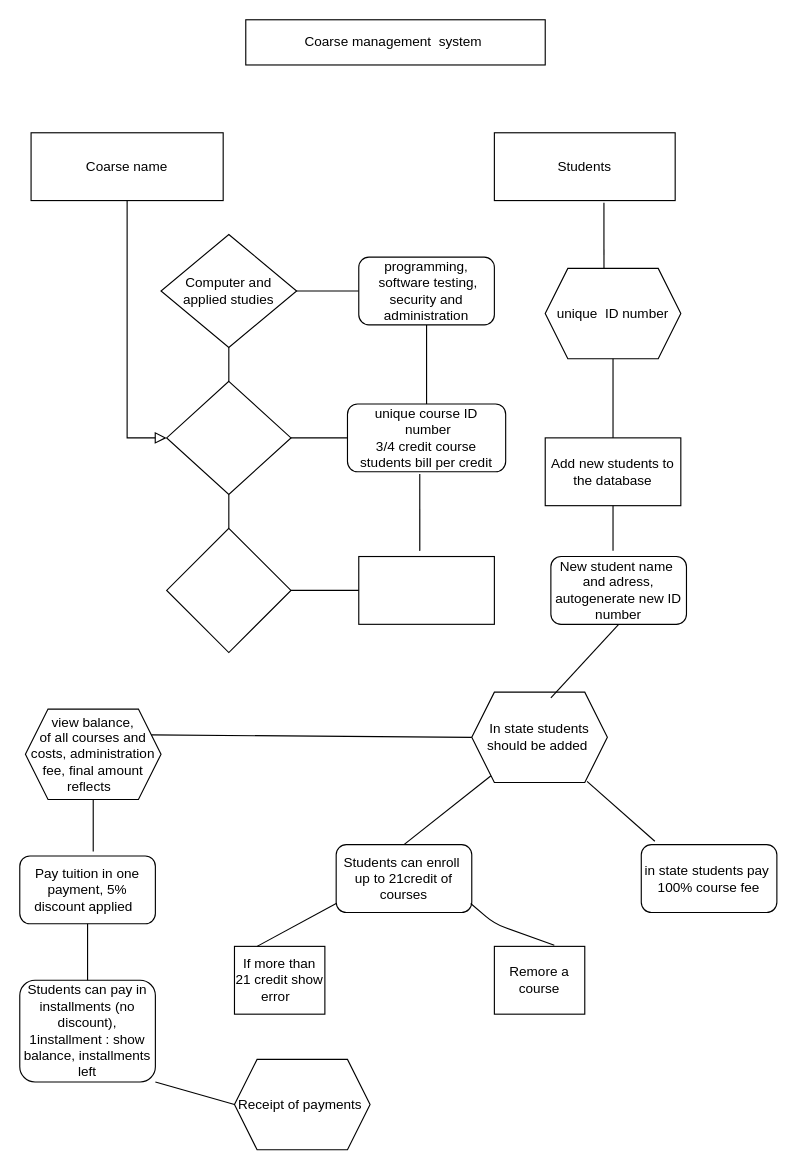
Above: Untitled Diagram.drawio in dboldy/Repo_Java (draw.io), before the change. Source tidied: cells renumbered, new cells numbered last; positions are measured from the earlier drawing's top-left corner, leaving out a move shared by most shapes. Both pictures are drawn from the tidied source at 113%, with x=0, y=0 at pixel (19, 19).
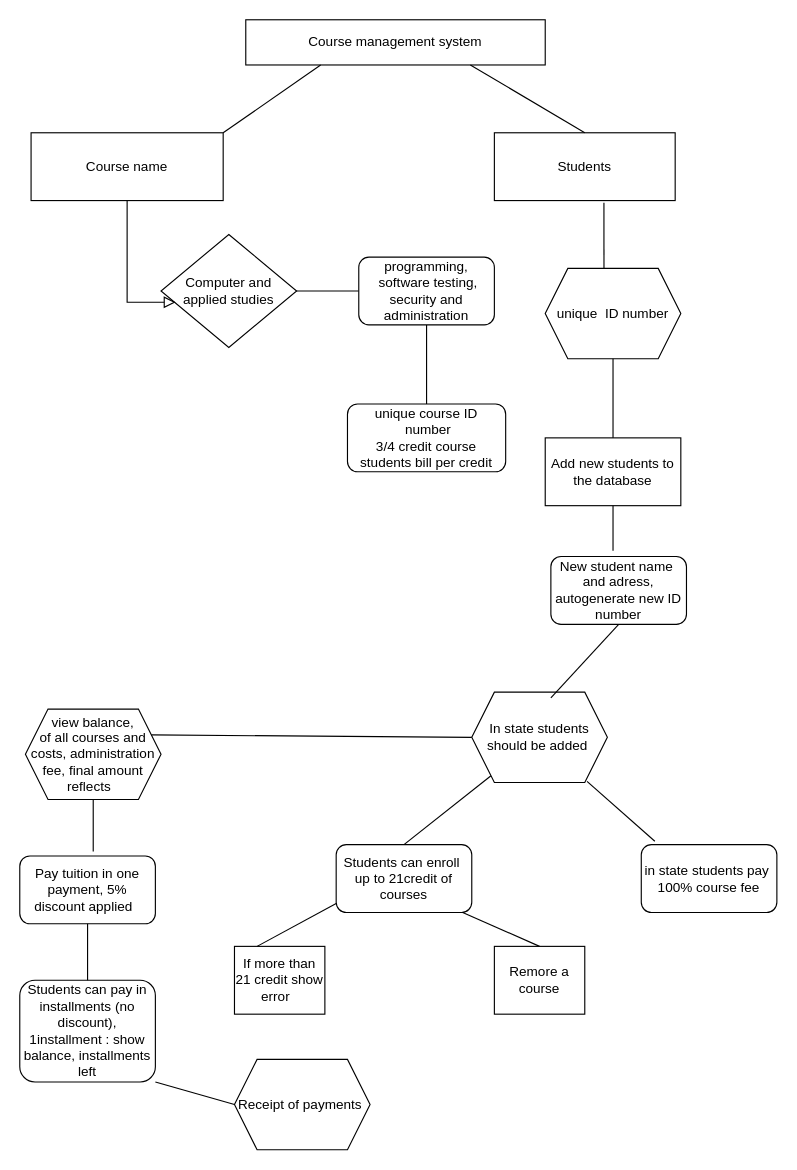
Above is the later version.

The change refers to these unchanged cells:
```xml
<mxCell id="2" value="unique course ID&lt;br&gt;&amp;nbsp;number&lt;br&gt;3/4 credit course&lt;br&gt;students bill per credit" style="rounded=1;whiteSpace=wrap;html=1;fontSize=12;glass=0;strokeWidth=1;shadow=0;" parent="1" vertex="1">
  <mxGeometry x="290" y="340" width="140" height="60" as="geometry" />
</mxCell>
<mxCell id="7" value="Students" style="rounded=0;whiteSpace=wrap;html=1;" parent="1" vertex="1">
  <mxGeometry x="420" y="100" width="160" height="60" as="geometry" />
</mxCell>
<mxCell id="11" value="Computer and applied studies" style="rhombus;whiteSpace=wrap;html=1;" parent="1" vertex="1">
  <mxGeometry x="125" y="190" width="120" height="100" as="geometry" />
</mxCell>
<mxCell id="27" value="Students can enroll&amp;nbsp;&lt;br&gt;up to 21credit of courses" style="rounded=1;whiteSpace=wrap;html=1;" parent="1" vertex="1">
  <mxGeometry x="280" y="730" width="120" height="60" as="geometry" />
</mxCell>
<mxCell id="32" value="Remore a course" style="rounded=0;whiteSpace=wrap;html=1;" parent="1" vertex="1">
  <mxGeometry x="420" y="820" width="80" height="60" as="geometry" />
</mxCell>
```

Change to the diagram source:
```diff
@@
-    <mxCell id="3" value="Coarse management &amp;nbsp;system&amp;nbsp;" style="rounded=0;whiteSpace=wrap;html=1;" parent="1" vertex="1">
+    <mxCell id="3" value="Course management system" style="rounded=0;whiteSpace=wrap;html=1;" parent="1" vertex="1">
       <mxGeometry x="200" width="265" height="40" as="geometry" />
     </mxCell>
-    <mxCell id="4" value="Coarse name&lt;br&gt;" style="rounded=0;whiteSpace=wrap;html=1;" parent="1" vertex="1">
+    <mxCell id="4" value="Course name" style="rounded=0;whiteSpace=wrap;html=1;" parent="1" vertex="1">
       <mxGeometry x="10" y="100" width="170" height="60" as="geometry" />
     </mxCell>
@@
-    <mxCell id="6" style="endArrow=none;html=1;exitX=1;exitY=0.5;exitDx=0;exitDy=0;entryX=0;entryY=0.5;entryDx=0;entryDy=0;" parent="1" edge="1" source="13" target="2">
-      <mxGeometry relative="1" as="geometry" />
-    </mxCell>
@@
-    <mxCell id="8" style="rhombus;whiteSpace=wrap;html=1;" parent="1" vertex="1">
-      <mxGeometry x="130" y="450" width="110" height="110" as="geometry" />
-    </mxCell>
-    <mxCell id="9" style="rounded=0;whiteSpace=wrap;html=1;" parent="1" vertex="1">
-      <mxGeometry x="300" y="475" width="120" height="60" as="geometry" />
-    </mxCell>
-    <mxCell id="10" style="endArrow=none;html=1;exitX=1;exitY=0.5;exitDx=0;exitDy=0;entryX=0;entryY=0.5;entryDx=0;entryDy=0;" parent="1" edge="1" source="8" target="9">
-      <mxGeometry relative="1" as="geometry" />
-    </mxCell>
@@
-    <mxCell id="13" style="rhombus;whiteSpace=wrap;html=1;shadow=0;fontFamily=Helvetica;fontSize=12;align=center;strokeWidth=1;spacing=6;spacingTop=-4;" parent="1" vertex="1">
-      <mxGeometry x="130" y="320" width="110" height="100" as="geometry" />
-    </mxCell>
-    <mxCell id="14" style="rounded=0;html=1;jettySize=auto;fontSize=11;endArrow=block;endFill=0;endSize=8;strokeWidth=1;shadow=0;labelBackgroundColor=none;edgeStyle=orthogonalEdgeStyle;" parent="1" edge="1" source="4" target="13">
+    <mxCell id="14" style="rounded=0;html=1;jettySize=auto;fontSize=11;endArrow=block;endFill=0;endSize=8;strokeWidth=1;shadow=0;labelBackgroundColor=none;edgeStyle=orthogonalEdgeStyle;entryX=0.108;entryY=0.6;entryDx=0;entryDy=0;entryPerimeter=0;" parent="1" edge="1" source="4" target="11">
       <mxGeometry relative="1" as="geometry">
         <Array as="points">
-          <mxPoint x="95" y="370" />
+          <mxPoint x="95" y="250" />
         </Array>
       </mxGeometry>
     </mxCell>
@@
-    <mxCell id="18" style="endArrow=none;html=1;entryX=0.457;entryY=1.033;entryDx=0;entryDy=0;entryPerimeter=0;" parent="1" edge="1" target="2">
-      <mxGeometry relative="1" as="geometry">
-        <mxPoint x="354" y="470" as="sourcePoint" />
-      </mxGeometry>
-    </mxCell>
@@
-    <mxCell id="21" style="endArrow=none;html=1;entryX=0.5;entryY=1;entryDx=0;entryDy=0;exitX=0.5;exitY=0;exitDx=0;exitDy=0;" parent="1" edge="1" source="8" target="13">
-      <mxGeometry relative="1" as="geometry" />
-    </mxCell>
-    <mxCell id="22" style="endArrow=none;html=1;entryX=0.5;entryY=1;entryDx=0;entryDy=0;exitX=0.5;exitY=0;exitDx=0;exitDy=0;" parent="1" edge="1" source="13" target="11">
-      <mxGeometry relative="1" as="geometry" />
-    </mxCell>
@@
-    <mxCell id="34" style="endArrow=none;html=1;entryX=0.992;entryY=0.867;entryDx=0;entryDy=0;exitX=0.663;exitY=-0.017;exitDx=0;exitDy=0;exitPerimeter=0;entryPerimeter=0;" parent="1" edge="1" source="32" target="27">
-      <mxGeometry relative="1" as="geometry">
-        <Array as="points">
-          <mxPoint x="420" y="800" />
-        </Array>
-      </mxGeometry>
-    </mxCell>
@@
+    <mxCell id="43" style="endArrow=none;html=1;exitX=1;exitY=0;exitDx=0;exitDy=0;entryX=0.25;entryY=1;entryDx=0;entryDy=0;" parent="1" edge="1" source="4" target="3">
+      <mxGeometry relative="1" as="geometry" />
+    </mxCell>
+    <mxCell id="44" style="endArrow=none;html=1;entryX=0.75;entryY=1;entryDx=0;entryDy=0;exitX=0.5;exitY=0;exitDx=0;exitDy=0;" parent="1" edge="1" source="7" target="3">
+      <mxGeometry relative="1" as="geometry" />
+    </mxCell>
+    <mxCell id="45" style="endArrow=none;html=1;exitX=0.933;exitY=1;exitDx=0;exitDy=0;entryX=0.5;entryY=0;entryDx=0;entryDy=0;exitPerimeter=0;" parent="1" edge="1" source="27" target="32">
+      <mxGeometry relative="1" as="geometry" />
+    </mxCell>
```
